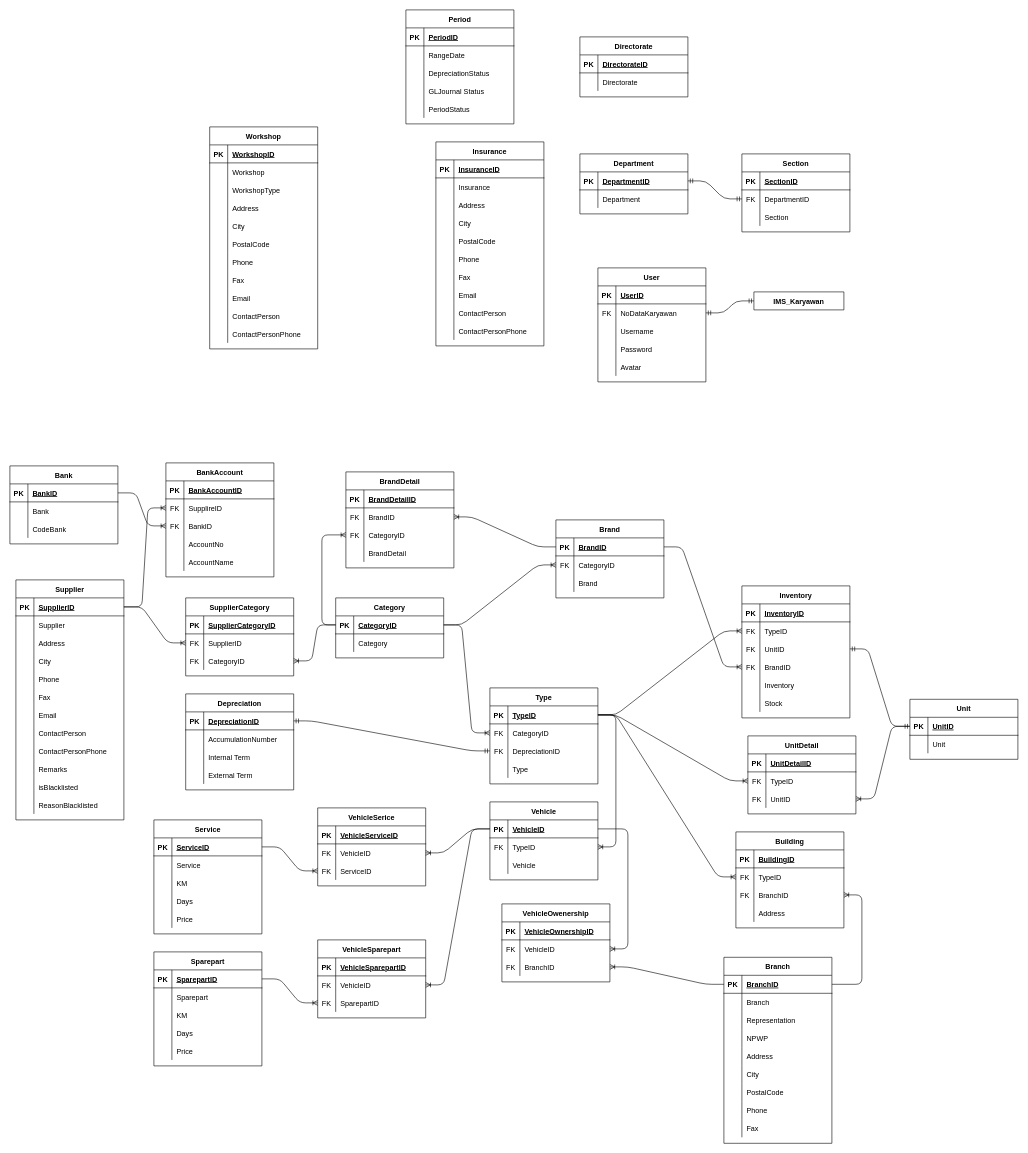
The draw.io diagram assets/files/GAPlus.drawio in hansburnthem/hansburnthem, before the edit. Source tidied: cells renumbered, new cells numbered last; positions are measured from the earlier drawing's top-left corner, leaving out a move shared by most shapes. Both pictures are drawn from the tidied source at 60%, with x=0, y=0 at pixel (10, 10).
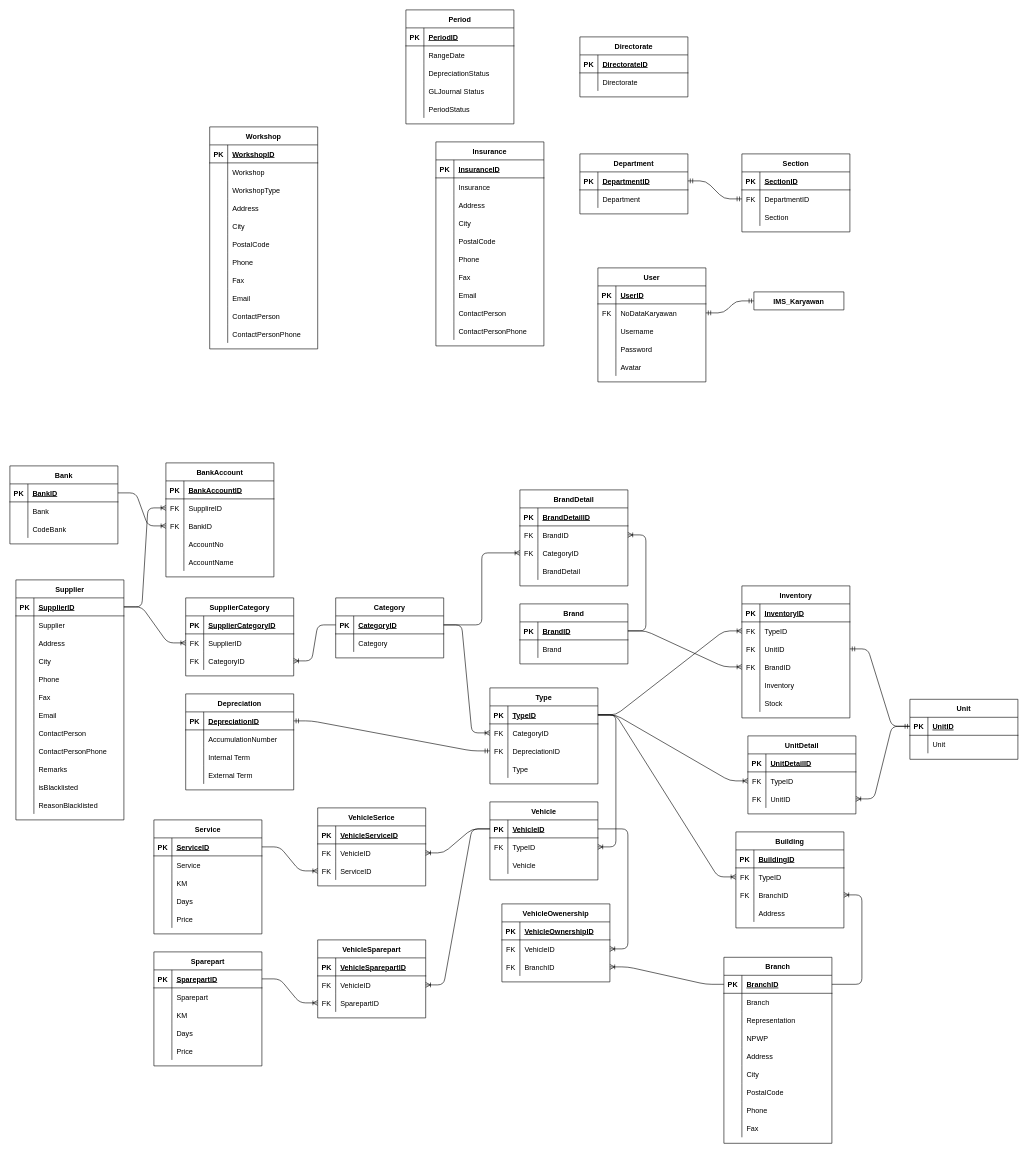
The same diagram, later.

The change refers to these unchanged cells:
```xml
<mxCell id="68" style="shape=partialRectangle;fillColor=none;top=0;left=0;bottom=1;right=0;points=[[0,0.5],[1,0.5]];portConstraint=eastwest;" parent="67" vertex="1">
  <mxGeometry y="30" width="180" height="30" as="geometry" />
</mxCell>
<mxCell id="88" style="shape=partialRectangle;fillColor=none;top=0;left=0;bottom=1;right=0;points=[[0,0.5],[1,0.5]];portConstraint=eastwest;" parent="87" vertex="1">
  <mxGeometry y="30" width="180" height="30" as="geometry" />
</mxCell>
<mxCell id="101" style="shape=partialRectangle;fillColor=none;top=0;left=0;bottom=0;right=0;points=[[0,0.5],[1,0.5]];portConstraint=eastwest;" parent="97" vertex="1">
  <mxGeometry y="60" width="180" height="30" as="geometry" />
</mxCell>
<mxCell id="104" style="shape=partialRectangle;fillColor=none;top=0;left=0;bottom=0;right=0;points=[[0,0.5],[1,0.5]];portConstraint=eastwest;" parent="97" vertex="1">
  <mxGeometry y="90" width="180" height="30" as="geometry" />
</mxCell>
```

The edit, as a diff of the source:
```diff
@@
     <mxCell id="87" value="Brand" style="shape=table;startSize=30;childLayout=tableLayout;rowLines=0;fontStyle=1;align=center;" parent="1" vertex="1">
-      <mxGeometry x="910" y="850" width="180" height="130" as="geometry" />
+      <mxGeometry x="850" y="990" width="180" height="100" as="geometry" />
     </mxCell>
@@
-    <mxCell id="91" style="shape=partialRectangle;fillColor=none;top=0;left=0;bottom=0;right=0;points=[[0,0.5],[1,0.5]];portConstraint=eastwest;" parent="87" vertex="1">
-      <mxGeometry y="60" width="180" height="30" as="geometry" />
-    </mxCell>
-    <mxCell id="92" value="FK" style="shape=partialRectangle;fillColor=none;top=0;left=0;bottom=0;right=0;overflow=hidden;" parent="91" vertex="1">
-      <mxGeometry width="30" height="30" as="geometry" />
-    </mxCell>
-    <mxCell id="93" value="CategoryID" style="shape=partialRectangle;fillColor=none;top=0;left=0;bottom=0;right=0;align=left;spacingLeft=6;overflow=hidden;" parent="91" vertex="1">
-      <mxGeometry x="30" width="150" height="30" as="geometry" />
-    </mxCell>
     <mxCell id="94" style="shape=partialRectangle;fillColor=none;top=0;left=0;bottom=0;right=0;" parent="87" vertex="1">
-      <mxGeometry y="90" width="180" height="30" as="geometry" />
+      <mxGeometry y="60" width="180" height="30" as="geometry" />
     </mxCell>
@@
     <mxCell id="97" value="BrandDetail" style="shape=table;startSize=30;childLayout=tableLayout;rowLines=0;fontStyle=1;align=center;" parent="1" vertex="1">
-      <mxGeometry x="560" y="770" width="180" height="160" as="geometry" />
+      <mxGeometry x="850" y="800" width="180" height="160" as="geometry" />
     </mxCell>
@@
-    <mxCell id="408" style="edgeStyle=entityRelationEdgeStyle;fontSize=12;html=1;endArrow=ERoneToMany;entryX=0;entryY=0.5;entryDx=0;entryDy=0;exitX=1;exitY=0.5;exitDx=0;exitDy=0;" parent="1" edge="1" source="68" target="91">
-      <mxGeometry relative="1" as="geometry" />
-    </mxCell>
@@
-    <mxCell id="415" style="edgeStyle=orthogonalEdgeStyle;fontSize=12;html=1;endArrow=ERoneToMany;entryX=0;entryY=0.5;entryDx=0;entryDy=0;exitX=0;exitY=0.5;exitDx=0;exitDy=0;" parent="1" edge="1" source="68" target="104">
-      <mxGeometry relative="1" as="geometry">
-        <Array as="points">
-          <mxPoint x="520" y="1025" />
-          <mxPoint x="520" y="875" />
-        </Array>
-      </mxGeometry>
+    <mxCell id="415" style="fontSize=12;html=1;endArrow=ERoneToMany;entryX=0;entryY=0.5;entryDx=0;entryDy=0;exitX=1;exitY=0.5;exitDx=0;exitDy=0;edgeStyle=orthogonalEdgeStyle;" parent="1" edge="1" source="68" target="104">
+      <mxGeometry relative="1" as="geometry" />
     </mxCell>
-    <mxCell id="416" style="edgeStyle=entityRelationEdgeStyle;fontSize=12;html=1;endArrow=ERoneToMany;entryX=1;entryY=0.5;entryDx=0;entryDy=0;exitX=0;exitY=0.5;exitDx=0;exitDy=0;" parent="1" edge="1" source="88" target="101">
+    <mxCell id="416" style="edgeStyle=entityRelationEdgeStyle;fontSize=12;html=1;endArrow=ERoneToMany;entryX=1;entryY=0.5;entryDx=0;entryDy=0;exitX=1;exitY=0.5;exitDx=0;exitDy=0;" parent="1" edge="1" source="88" target="101">
       <mxGeometry relative="1" as="geometry" />
     </mxCell>
```
